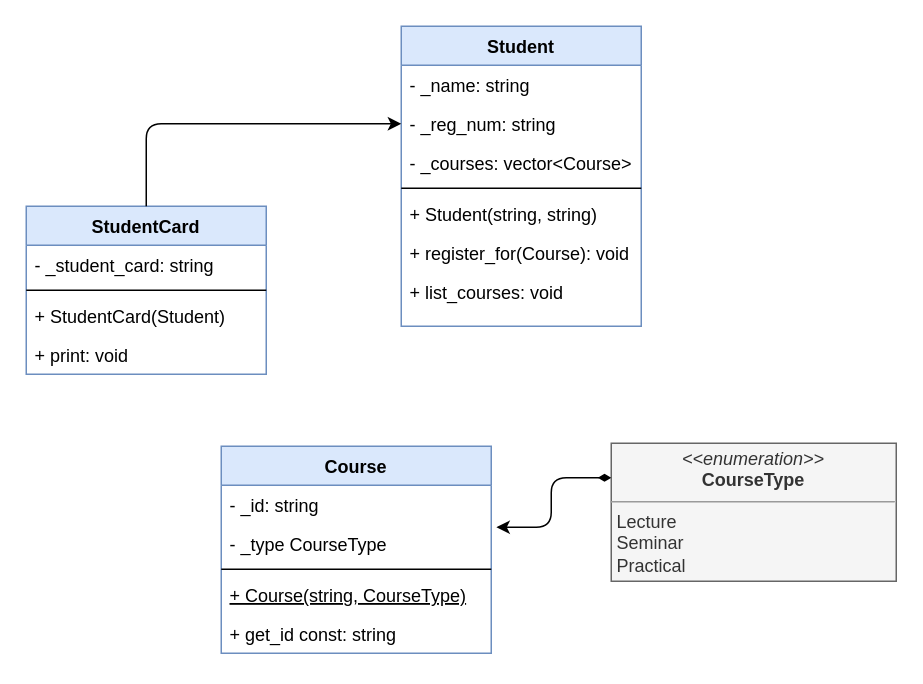
alan-xavier-16/C-Projects keeps this draw.io diagram as onlinemut/src/Untitled Diagram.drawio. Above is the earlier version. Source tidied: cells renumbered, new cells numbered last; positions are measured from the earlier drawing's top-left corner, leaving out a move shared by most shapes. Both pictures are drawn from the tidied source at 150%, with x=0, y=0 at pixel (26, 26).
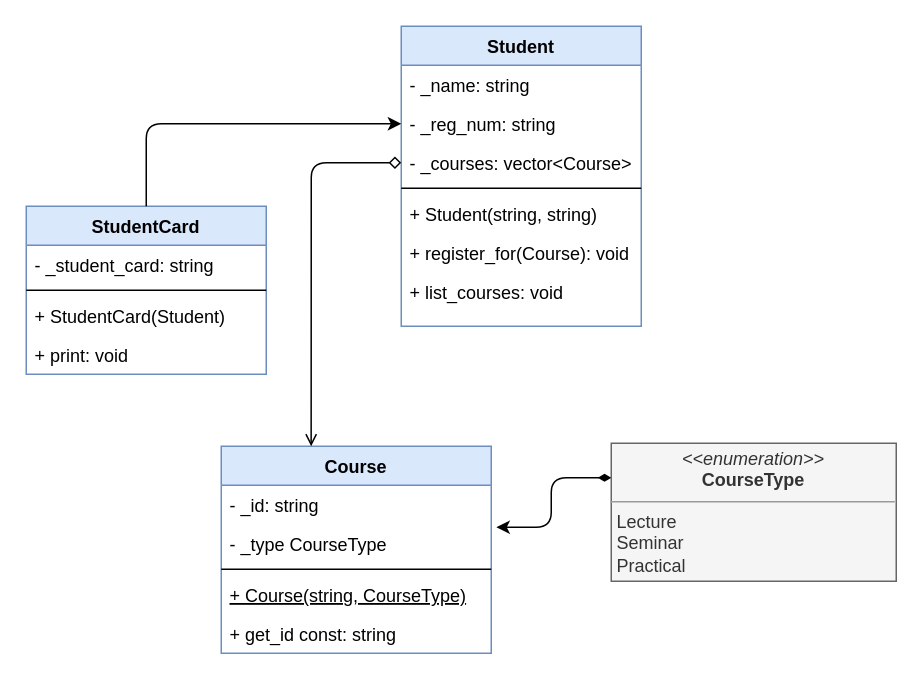
The same page after the edit.

Unchanged cells that the change refers to:
```xml
<mxCell id="5" value="- _courses: vector&lt;Course&gt;" style="text;align=left;verticalAlign=top;spacingLeft=4;spacingRight=4;overflow=hidden;points=[[0,0.5],[1,0.5]];portConstraint=eastwest;rounded=0;shadow=0;html=0;" parent="2" vertex="1">
  <mxGeometry y="78" width="160" height="26" as="geometry" />
</mxCell>
<mxCell id="10" value="Course" style="swimlane;fontStyle=1;align=center;verticalAlign=top;horizontal=1;startSize=26;rounded=0;shadow=0;strokeWidth=1;fillColor=#dae8fc;strokeColor=#6c8ebf;" parent="1" vertex="1">
  <mxGeometry x="130" y="280" width="180" height="138" as="geometry" />
</mxCell>
```

The edit, as a diff of the source:
```diff
@@
+    <mxCell id="24" style="endArrow=open;endFill=1;endSize=6;html=1;exitX=0;exitY=0.5;exitDx=0;exitDy=0;entryX=0.333;entryY=0;entryDx=0;entryDy=0;entryPerimeter=0;startArrow=diamond;startFill=0;" parent="1" edge="1" source="5" target="10">
+      <mxGeometry relative="1" as="geometry">
+        <Array as="points">
+          <mxPoint x="190" y="91" />
+        </Array>
+      </mxGeometry>
+    </mxCell>
```
